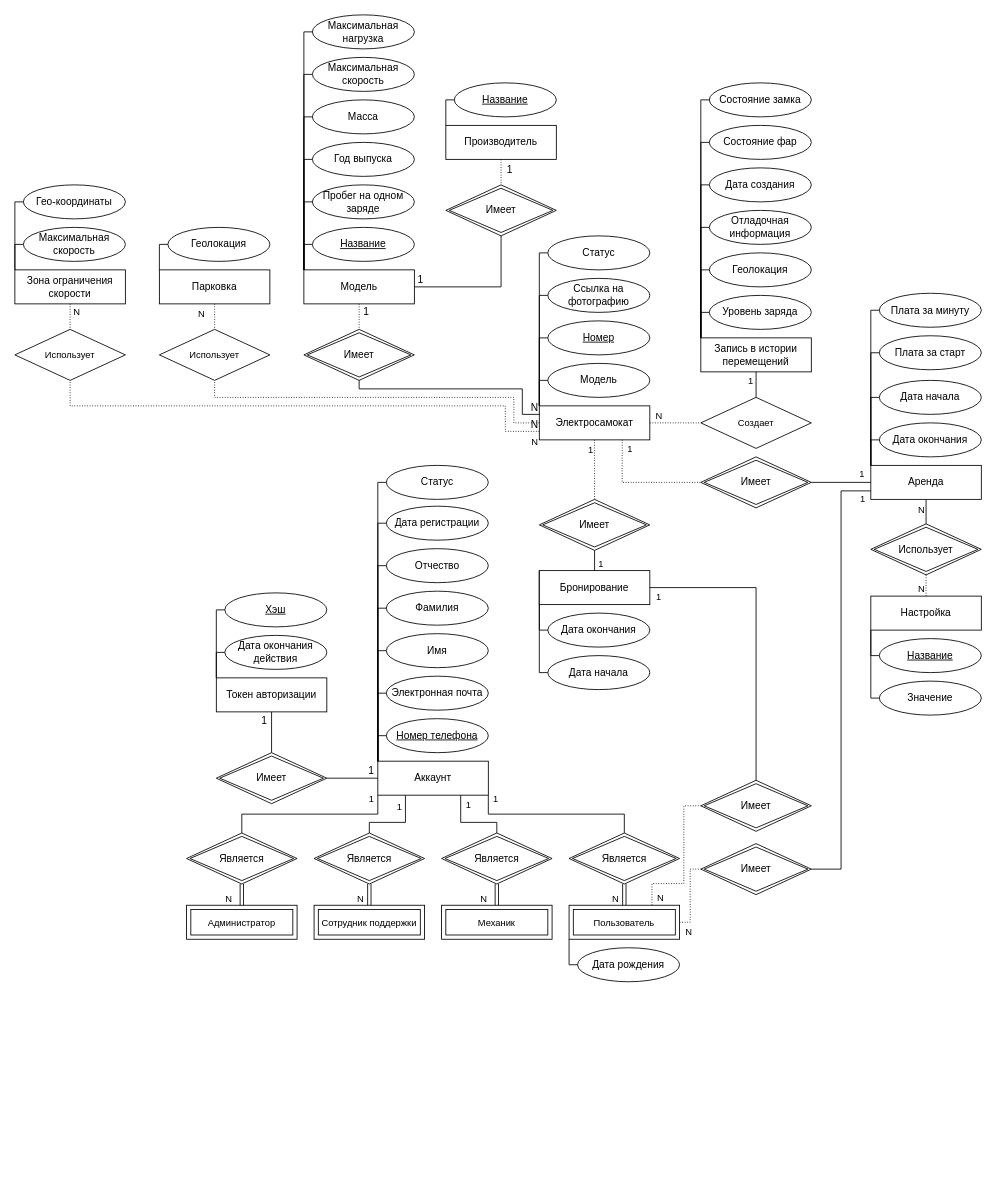
matveycodes/bmstu-db-cw keeps this draw.io diagram as docs/inc/img/er.drawio. Above is the earlier version. Source tidied: cells renumbered, new cells numbered last; positions are measured from the earlier drawing's top-left corner, leaving out a move shared by most shapes. Both pictures are drawn from the tidied source at 85%, with x=0, y=0 at pixel (14, 14).
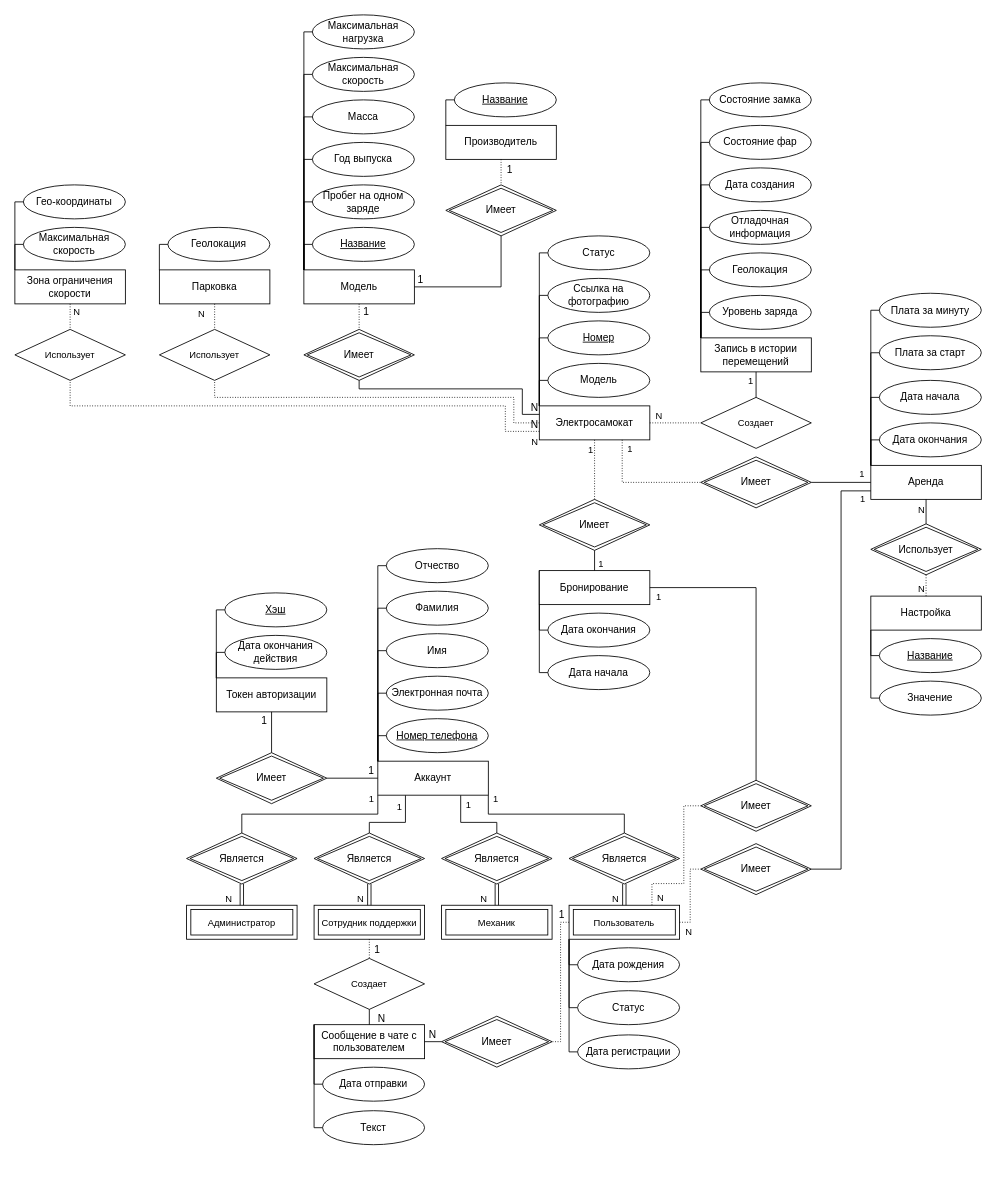
After the change.

The change refers to these unchanged cells:
```xml
<mxCell id="4" value="Сотрудник поддержки" style="shape=ext;margin=3;double=1;whiteSpace=wrap;html=1;align=center;fontFamily=Helvetica;fontSize=11;fontColor=default;" parent="1" vertex="1">
  <mxGeometry x="352" y="1047.5" width="130" height="40" as="geometry" />
</mxCell>
<mxCell id="7" value="Пользователь" style="shape=ext;margin=3;double=1;whiteSpace=wrap;html=1;align=center;fontFamily=Helvetica;fontSize=11;fontColor=default;" parent="1" vertex="1">
  <mxGeometry x="652" y="1047.5" width="130" height="40" as="geometry" />
</mxCell>
<mxCell id="54" style="group;" parent="1" vertex="1">
  <mxGeometry x="427" y="528" width="130" height="390" as="geometry" />
</mxCell>
<mxCell id="55" value="Аккаунт" style="rounded=0;whiteSpace=wrap;html=1;" parent="54" vertex="1">
  <mxGeometry y="350" width="130" height="40" as="geometry" />
</mxCell>
```

The edit, as a diff of the source:
```diff
@@
+    <mxCell id="178" style="edgeStyle=orthogonalEdgeStyle;rounded=0;jettySize=auto;html=1;exitX=0;exitY=1;exitDx=0;exitDy=0;entryX=0;entryY=0.5;entryDx=0;entryDy=0;endArrow=none;endFill=0;" parent="1" edge="1" source="7" target="68">
+      <mxGeometry relative="1" as="geometry">
+        <Array as="points">
+          <mxPoint x="652" y="1168" />
+        </Array>
+      </mxGeometry>
+    </mxCell>
+    <mxCell id="179" style="edgeStyle=orthogonalEdgeStyle;rounded=0;jettySize=auto;html=1;exitX=0;exitY=1;exitDx=0;exitDy=0;entryX=0;entryY=0.5;entryDx=0;entryDy=0;endArrow=none;endFill=0;" parent="1" edge="1" source="7" target="66">
+      <mxGeometry relative="1" as="geometry">
+        <Array as="points">
+          <mxPoint x="652" y="1220" />
+        </Array>
+      </mxGeometry>
+    </mxCell>
@@
-    <mxCell id="66" value="Дата регистрации" style="ellipse;whiteSpace=wrap;html=1;" parent="54" vertex="1">
-      <mxGeometry x="10" y="50" width="120" height="40" as="geometry" />
-    </mxCell>
-    <mxCell id="67" style="edgeStyle=orthogonalEdgeStyle;shape=connector;rounded=0;jettySize=auto;html=1;exitX=0;exitY=0;exitDx=0;exitDy=0;entryX=0;entryY=0.5;entryDx=0;entryDy=0;labelBackgroundColor=default;strokeColor=default;fontFamily=Helvetica;fontSize=11;fontColor=default;endArrow=none;endFill=0;" parent="54" edge="1" source="55" target="66">
-      <mxGeometry relative="1" as="geometry">
-        <Array as="points">
-          <mxPoint y="70" />
-        </Array>
-      </mxGeometry>
-    </mxCell>
-    <mxCell id="68" value="Статус" style="ellipse;whiteSpace=wrap;html=1;" parent="54" vertex="1">
-      <mxGeometry x="10" y="2" width="120" height="40" as="geometry" />
-    </mxCell>
-    <mxCell id="69" style="edgeStyle=orthogonalEdgeStyle;rounded=0;jettySize=auto;html=1;exitX=0;exitY=0;exitDx=0;exitDy=0;entryX=0;entryY=0.5;entryDx=0;entryDy=0;endArrow=none;endFill=0;" parent="54" edge="1" source="55" target="68">
-      <mxGeometry relative="1" as="geometry">
-        <Array as="points">
-          <mxPoint y="22" />
-        </Array>
-      </mxGeometry>
-    </mxCell>
@@
+    <mxCell id="66" value="Дата регистрации" style="ellipse;whiteSpace=wrap;html=1;" parent="1" vertex="1">
+      <mxGeometry x="662" y="1200" width="120" height="40" as="geometry" />
+    </mxCell>
+    <mxCell id="68" value="Статус" style="ellipse;whiteSpace=wrap;html=1;" parent="1" vertex="1">
+      <mxGeometry x="662" y="1148" width="120" height="40" as="geometry" />
+    </mxCell>
+    <mxCell id="180" value="Имеет" style="shape=rhombus;double=1;perimeter=rhombusPerimeter;whiteSpace=wrap;html=1;align=center;fontFamily=Helvetica;fontSize=12;fontColor=default;" parent="1" vertex="1">
+      <mxGeometry x="502" y="1178" width="130" height="60" as="geometry" />
+    </mxCell>
+    <mxCell id="181" style="group;" parent="1" vertex="1">
+      <mxGeometry x="352" y="1188" width="130" height="191.2" as="geometry" />
+    </mxCell>
+    <mxCell id="182" style="group;" parent="181" vertex="1">
+      <mxGeometry y="50" width="130" height="141.2" as="geometry" />
+    </mxCell>
+    <mxCell id="183" value="Текст" style="ellipse;whiteSpace=wrap;html=1;" parent="182" vertex="1">
+      <mxGeometry x="10" y="51.2" width="120" height="40" as="geometry" />
+    </mxCell>
+    <mxCell id="184" value="Дата отправки" style="ellipse;whiteSpace=wrap;html=1;" parent="182" vertex="1">
+      <mxGeometry x="10" width="120" height="40" as="geometry" />
+    </mxCell>
+    <mxCell id="185" value="Сообщение в чате с пользователем" style="rounded=0;whiteSpace=wrap;html=1;" parent="181" vertex="1">
+      <mxGeometry width="130" height="40" as="geometry" />
+    </mxCell>
+    <mxCell id="186" style="edgeStyle=orthogonalEdgeStyle;rounded=0;jettySize=auto;html=1;exitX=0;exitY=0;exitDx=0;exitDy=0;entryX=0;entryY=0.5;entryDx=0;entryDy=0;endArrow=none;endFill=0;" parent="181" edge="1" source="185" target="183">
+      <mxGeometry relative="1" as="geometry">
+        <Array as="points">
+          <mxPoint y="121.2" />
+        </Array>
+      </mxGeometry>
+    </mxCell>
+    <mxCell id="187" style="edgeStyle=orthogonalEdgeStyle;rounded=0;jettySize=auto;html=1;exitX=0;exitY=0;exitDx=0;exitDy=0;entryX=0;entryY=0.5;entryDx=0;entryDy=0;endArrow=none;endFill=0;" parent="181" edge="1" source="185" target="184">
+      <mxGeometry relative="1" as="geometry">
+        <Array as="points">
+          <mxPoint y="70.2" />
+        </Array>
+      </mxGeometry>
+    </mxCell>
+    <mxCell id="188" value="Создает" style="shape=rhombus;perimeter=rhombusPerimeter;whiteSpace=wrap;html=1;align=center;fontFamily=Helvetica;fontSize=11;fontColor=default;" parent="1" vertex="1">
+      <mxGeometry x="352" y="1110" width="130" height="60" as="geometry" />
+    </mxCell>
+    <mxCell id="189" style="endArrow=none;html=1;rounded=0;dashed=1;dashPattern=1 2;exitX=0.5;exitY=1;exitDx=0;exitDy=0;entryX=0.5;entryY=0;entryDx=0;entryDy=0;" parent="1" edge="1" source="4" target="188">
+      <mxGeometry relative="1" as="geometry" />
+    </mxCell>
+    <mxCell id="190" value="N" style="html=1;whiteSpace=wrap;align=right;verticalAlign=bottom;" parent="189" vertex="1">
+      <mxGeometry x="1" relative="1" as="geometry">
+        <mxPoint x="20" y="78" as="offset" />
+      </mxGeometry>
+    </mxCell>
+    <mxCell id="191" style="endArrow=none;html=1;rounded=0;exitX=0.5;exitY=0;exitDx=0;exitDy=0;entryX=0.5;entryY=1;entryDx=0;entryDy=0;" parent="1" edge="1" source="185" target="188">
+      <mxGeometry relative="1" as="geometry" />
+    </mxCell>
+    <mxCell id="192" value="1" style="html=1;whiteSpace=wrap;align=right;verticalAlign=bottom;" parent="191" vertex="1">
+      <mxGeometry x="1" relative="1" as="geometry">
+        <mxPoint x="14" y="-62" as="offset" />
+      </mxGeometry>
+    </mxCell>
+    <mxCell id="193" style="endArrow=none;html=1;rounded=0;exitX=1;exitY=0.5;exitDx=0;exitDy=0;entryX=0;entryY=0.5;entryDx=0;entryDy=0;" parent="1" edge="1" source="185" target="180">
+      <mxGeometry relative="1" as="geometry" />
+    </mxCell>
+    <mxCell id="194" value="1" style="html=1;whiteSpace=wrap;align=right;verticalAlign=bottom;" parent="193" vertex="1">
+      <mxGeometry x="1" relative="1" as="geometry">
+        <mxPoint x="146" y="-141" as="offset" />
+      </mxGeometry>
+    </mxCell>
+    <mxCell id="195" style="endArrow=none;html=1;rounded=0;dashed=1;dashPattern=1 2;exitX=0;exitY=0.5;exitDx=0;exitDy=0;entryX=1;entryY=0.5;entryDx=0;entryDy=0;edgeStyle=orthogonalEdgeStyle;" parent="1" edge="1" source="7" target="180">
+      <mxGeometry relative="1" as="geometry" />
+    </mxCell>
+    <mxCell id="196" value="N" style="html=1;whiteSpace=wrap;align=right;verticalAlign=bottom;" parent="195" vertex="1">
+      <mxGeometry x="1" relative="1" as="geometry">
+        <mxPoint x="-135" as="offset" />
+      </mxGeometry>
+    </mxCell>
```
